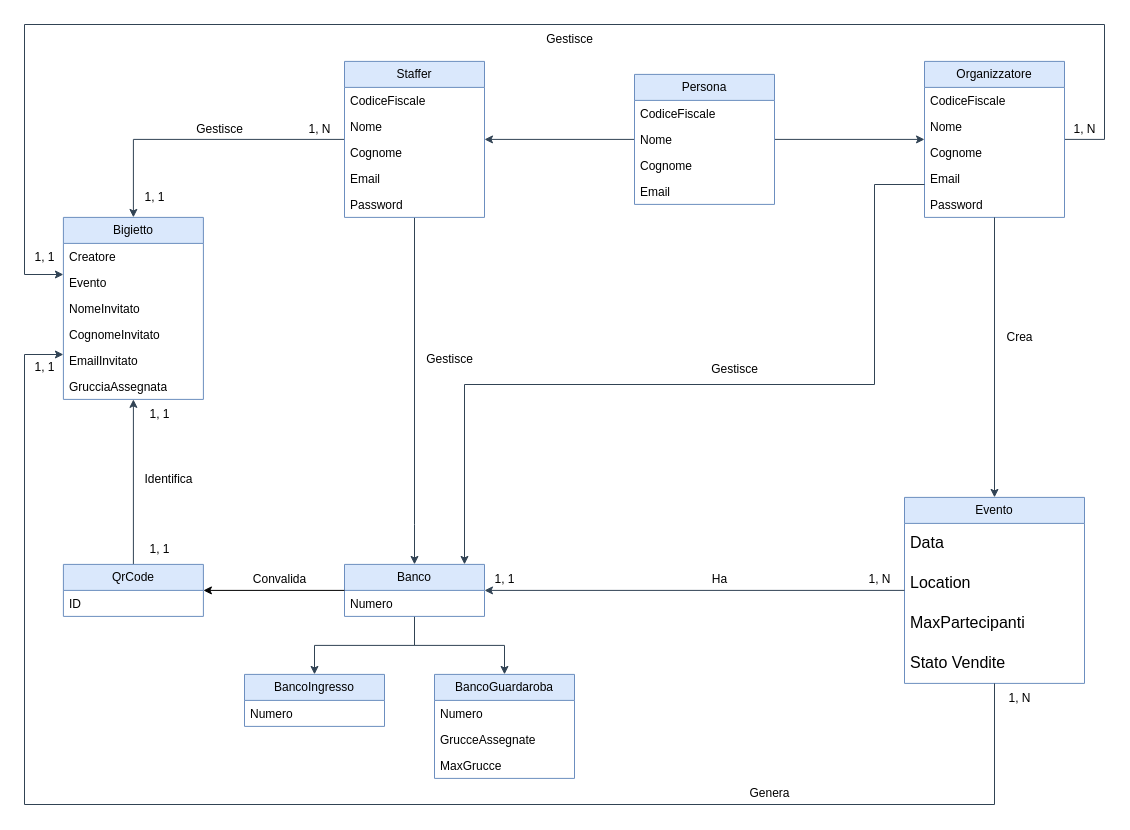
Earlier version of the draw.io diagram Documentazione/Diagrammi/Draw.io/2 - Modello di dominio.drawio (IngSW-unipv/Progetto-H25). Source tidied: cells renumbered, new cells numbered last; positions are measured from the earlier drawing's top-left corner, leaving out a move shared by most shapes. Both pictures are drawn from the tidied source at 100%, with x=0, y=0 at pixel (24, 24).
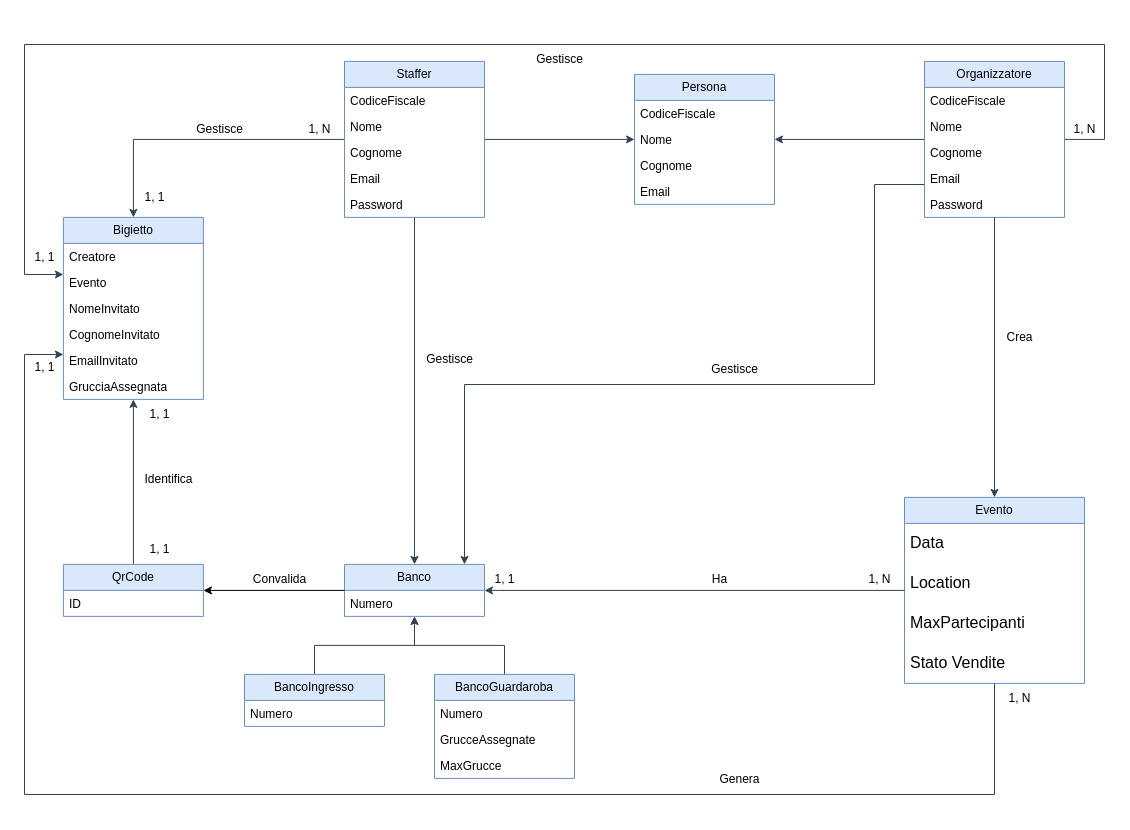
The same diagram, later.

Unchanged cells that the change refers to:
```xml
<mxCell id="4" value="Persona" style="swimlane;fontStyle=0;horizontal=1;startSize=26;fillColor=#dae8fc;whiteSpace=wrap;html=1;strokeColor=#6c8ebf;align=center;verticalAlign=middle;fontFamily=Helvetica;fontSize=12;" parent="1" vertex="1">
  <mxGeometry x="610" y="49.9" width="140" height="130" as="geometry" />
</mxCell>
<mxCell id="10" value="Organizzatore" style="swimlane;fontStyle=0;horizontal=1;startSize=26;fillColor=#dae8fc;whiteSpace=wrap;html=1;strokeColor=#6c8ebf;align=center;verticalAlign=middle;fontFamily=Helvetica;fontSize=12;fontColor=default;" parent="1" vertex="1">
  <mxGeometry x="900" y="36.9" width="140" height="156" as="geometry" />
</mxCell>
<mxCell id="18" value="Staffer" style="swimlane;fontStyle=0;horizontal=1;startSize=26;fillColor=#dae8fc;whiteSpace=wrap;html=1;strokeColor=#6c8ebf;" parent="1" vertex="1">
  <mxGeometry x="320" y="36.9" width="140" height="156" as="geometry" />
</mxCell>
<mxCell id="26" value="Banco" style="swimlane;fontStyle=0;horizontal=1;startSize=26;fillColor=#dae8fc;whiteSpace=wrap;html=1;strokeColor=#6c8ebf;align=center;verticalAlign=middle;fontFamily=Helvetica;fontSize=12;fontColor=default;" parent="1" vertex="1">
  <mxGeometry x="320" y="539.9" width="140" height="52" as="geometry" />
</mxCell>
<mxCell id="28" value="BancoIngresso" style="swimlane;fontStyle=0;horizontal=1;startSize=26;fillColor=#dae8fc;whiteSpace=wrap;html=1;strokeColor=#6c8ebf;align=center;verticalAlign=middle;fontFamily=Helvetica;fontSize=12;fontColor=default;" parent="1" vertex="1">
  <mxGeometry x="220" y="649.9" width="140" height="52" as="geometry" />
</mxCell>
<mxCell id="30" value="BancoGuardaroba" style="swimlane;fontStyle=0;horizontal=1;startSize=26;fillColor=#dae8fc;whiteSpace=wrap;html=1;strokeColor=#6c8ebf;align=center;verticalAlign=middle;fontFamily=Helvetica;fontSize=12;fontColor=default;" parent="1" vertex="1">
  <mxGeometry x="410" y="649.9" width="140" height="104" as="geometry" />
</mxCell>
<mxCell id="34" value="&lt;font&gt;Evento&lt;/font&gt;" style="swimlane;fontStyle=0;horizontal=1;startSize=26;fillColor=#dae8fc;whiteSpace=wrap;html=1;shadow=0;glass=0;fontSize=12;strokeColor=#6c8ebf;align=center;verticalAlign=middle;fontFamily=Helvetica;fontColor=default;" parent="1" vertex="1">
  <mxGeometry x="880" y="472.9" width="180" height="186" as="geometry" />
</mxCell>
<mxCell id="43" value="Bigietto" style="swimlane;fontStyle=0;horizontal=1;startSize=26;fillColor=#dae8fc;whiteSpace=wrap;html=1;strokeColor=#6c8ebf;align=center;verticalAlign=middle;fontFamily=Helvetica;fontSize=12;fontColor=default;" parent="1" vertex="1">
  <mxGeometry x="38.9" y="192.9" width="140" height="182" as="geometry" />
</mxCell>
```

Diff of the diagram source:
```diff
@@
-    <mxCell id="2" style="edgeStyle=orthogonalEdgeStyle;rounded=0;jettySize=auto;html=1;fillColor=#647687;strokeColor=#314354;" parent="1" edge="1" source="4" target="10">
+    <mxCell id="2" style="edgeStyle=orthogonalEdgeStyle;rounded=0;jettySize=auto;html=1;fillColor=#647687;strokeColor=#314354;" parent="1" edge="1" source="10" target="4">
       <mxGeometry relative="1" as="geometry" />
     </mxCell>
-    <mxCell id="3" style="edgeStyle=orthogonalEdgeStyle;rounded=0;jettySize=auto;html=1;fillColor=#647687;strokeColor=#314354;" parent="1" edge="1" source="4" target="18">
+    <mxCell id="3" style="edgeStyle=orthogonalEdgeStyle;rounded=0;jettySize=auto;html=1;fillColor=#647687;strokeColor=#314354;" parent="1" edge="1" source="18" target="4">
       <mxGeometry relative="1" as="geometry" />
     </mxCell>
@@
     <mxCell id="9" style="edgeStyle=orthogonalEdgeStyle;rounded=0;jettySize=auto;html=1;fillColor=#647687;strokeColor=#314354;" parent="1" edge="1" source="10" target="43">
       <mxGeometry relative="1" as="geometry">
         <Array as="points">
           <mxPoint x="1080" y="115" />
-          <mxPoint x="1080" />
-          <mxPoint />
+          <mxPoint x="1080" y="20" />
+          <mxPoint y="20" />
           <mxPoint y="250" />
         </Array>
       </mxGeometry>
     </mxCell>
@@
-    <mxCell id="24" style="edgeStyle=orthogonalEdgeStyle;rounded=0;jettySize=auto;html=1;fillColor=#647687;strokeColor=#314354;" parent="1" edge="1" source="26" target="28">
+    <mxCell id="24" style="edgeStyle=orthogonalEdgeStyle;rounded=0;jettySize=auto;html=1;fillColor=#647687;strokeColor=#314354;" parent="1" edge="1" source="28" target="26">
       <mxGeometry relative="1" as="geometry" />
     </mxCell>
-    <mxCell id="25" style="edgeStyle=orthogonalEdgeStyle;rounded=0;jettySize=auto;html=1;fillColor=#647687;strokeColor=#314354;" parent="1" edge="1" source="26" target="30">
+    <mxCell id="25" style="edgeStyle=orthogonalEdgeStyle;rounded=0;jettySize=auto;html=1;fillColor=#647687;strokeColor=#314354;" parent="1" edge="1" source="30" target="26">
       <mxGeometry relative="1" as="geometry" />
     </mxCell>
@@
     <mxCell id="55" value="Gestisce" style="text;html=1;align=center;verticalAlign=middle;strokeColor=none;fillColor=none;fontFamily=Helvetica;fontSize=12;fontColor=default;fontStyle=0;" parent="1" vertex="1">
-      <mxGeometry x="510" width="70" height="30" as="geometry" />
+      <mxGeometry x="500" y="19.9" width="70" height="30" as="geometry" />
     </mxCell>
@@
     <mxCell id="58" style="edgeStyle=orthogonalEdgeStyle;rounded=0;jettySize=auto;html=1;fillColor=#647687;strokeColor=#314354;" parent="1" edge="1" source="34" target="43">
       <mxGeometry relative="1" as="geometry">
         <Array as="points">
-          <mxPoint x="970" y="780" />
-          <mxPoint y="780" />
+          <mxPoint x="970" y="770" />
+          <mxPoint y="770" />
           <mxPoint y="330" />
         </Array>
       </mxGeometry>
     </mxCell>
-    <mxCell id="59" value="Genera" style="text;html=1;align=center;verticalAlign=middle;strokeColor=none;fillColor=none;" parent="1" vertex="1">
-      <mxGeometry x="715" y="753.9" width="60" height="30" as="geometry" />
-    </mxCell>
@@
+    <mxCell id="59" value="Genera" style="text;html=1;align=center;verticalAlign=middle;strokeColor=none;fillColor=none;" parent="1" vertex="1">
+      <mxGeometry x="685" y="740" width="60" height="30" as="geometry" />
+    </mxCell>
```
